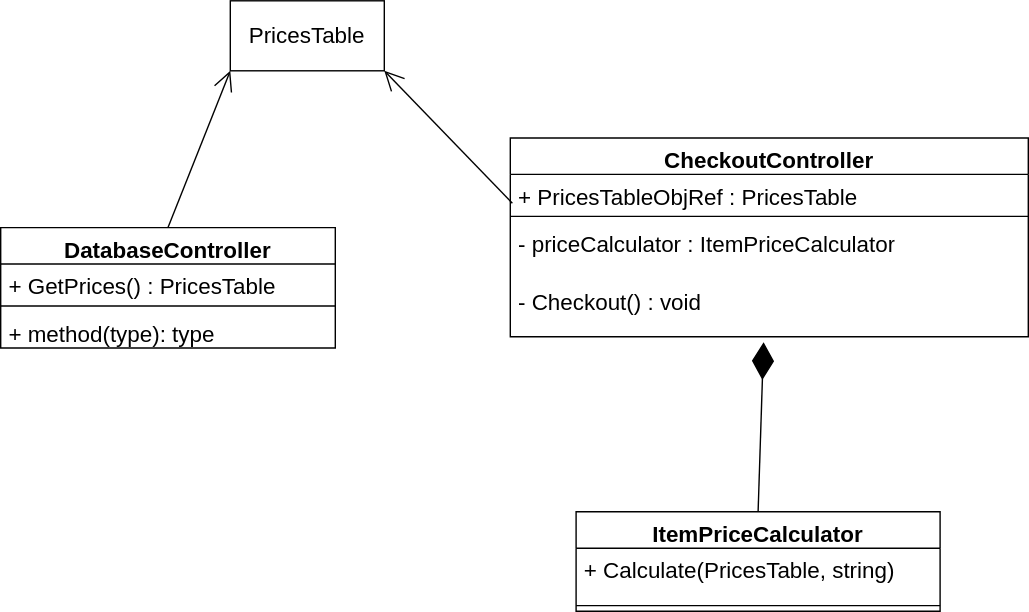
Above: SupermarketCheckout.svg in sameert89/SupermarketCheckoutLib (draw.io), before the change. Source tidied: cells renumbered, new cells last; positions are measured from the earlier drawing's top-left corner, leaving out a move shared by most shapes. The source it was exported from:
```xml
<mxGraphModel>
  <root>
    <mxCell id="0" />
    <mxCell id="1" parent="0" />
    <mxCell id="2" value="CheckoutController" style="swimlane;fontStyle=1;align=center;verticalAlign=top;horizontal=1;startSize=26;whiteSpace=wrap;html=1;fontSize=16;" parent="1" vertex="1">
      <mxGeometry x="364" y="98" width="370" height="142" as="geometry" />
    </mxCell>
    <mxCell id="3" value="+ PricesTableObjRef : PricesTable" style="text;strokeColor=none;fillColor=none;align=left;verticalAlign=top;spacingLeft=4;spacingRight=4;overflow=hidden;points=[[0,0.5],[1,0.5]];portConstraint=eastwest;whiteSpace=wrap;html=1;fontSize=16;" parent="2" vertex="1">
      <mxGeometry y="26" width="370" height="26" as="geometry" />
    </mxCell>
    <mxCell id="4" style="line;strokeWidth=1;fillColor=none;align=left;verticalAlign=middle;spacingTop=-1;spacingLeft=3;spacingRight=3;labelPosition=right;strokeColor=inherit;fontSize=16;" parent="2" vertex="1">
      <mxGeometry y="52" width="370" height="8" as="geometry" />
    </mxCell>
    <mxCell id="5" value="- priceCalculator : ItemPriceCalculator" style="text;strokeColor=none;fillColor=none;align=left;verticalAlign=top;spacingLeft=4;spacingRight=4;overflow=hidden;whiteSpace=wrap;html=1;fontSize=16;" parent="2" vertex="1">
      <mxGeometry y="60" width="370" height="41" as="geometry" />
    </mxCell>
    <mxCell id="6" value="- Checkout() : void" style="text;strokeColor=none;fillColor=none;align=left;verticalAlign=top;spacingLeft=4;spacingRight=4;overflow=hidden;points=[[0,0.5],[1,0.5]];portConstraint=eastwest;whiteSpace=wrap;html=1;fontSize=16;" parent="2" vertex="1">
      <mxGeometry y="101" width="370" height="41" as="geometry" />
    </mxCell>
    <mxCell id="7" value="PricesTable" style="html=1;whiteSpace=wrap;fontSize=16;" parent="1" vertex="1">
      <mxGeometry x="164" width="110" height="50" as="geometry" />
    </mxCell>
    <mxCell id="8" style="endArrow=open;endFill=1;endSize=12;html=1;rounded=0;fontSize=12;curved=1;entryX=1;entryY=1;entryDx=0;entryDy=0;exitX=0.004;exitY=0.792;exitDx=0;exitDy=0;exitPerimeter=0;" parent="1" edge="1" source="3" target="7">
      <mxGeometry relative="1" as="geometry" />
    </mxCell>
    <mxCell id="9" value="ItemPriceCalculator" style="swimlane;fontStyle=1;align=center;verticalAlign=top;horizontal=1;startSize=26;whiteSpace=wrap;html=1;fontSize=16;" parent="1" vertex="1">
      <mxGeometry x="411" y="365" width="260" height="71" as="geometry" />
    </mxCell>
    <mxCell id="10" value="+ Calculate(PricesTable, string)" style="text;strokeColor=none;fillColor=none;align=left;verticalAlign=top;spacingLeft=4;spacingRight=4;overflow=hidden;whiteSpace=wrap;html=1;fontSize=16;" parent="9" vertex="1">
      <mxGeometry y="26" width="260" height="37" as="geometry" />
    </mxCell>
    <mxCell id="11" style="line;strokeWidth=1;fillColor=none;align=left;verticalAlign=middle;spacingTop=-1;spacingLeft=3;spacingRight=3;labelPosition=right;strokeColor=inherit;fontSize=16;" parent="9" vertex="1">
      <mxGeometry y="63" width="260" height="8" as="geometry" />
    </mxCell>
    <mxCell id="12" style="endArrow=diamondThin;endFill=1;endSize=24;html=1;rounded=0;fontSize=12;curved=1;entryX=0.489;entryY=1.093;entryDx=0;entryDy=0;entryPerimeter=0;exitX=0.5;exitY=0;exitDx=0;exitDy=0;" parent="1" edge="1" source="9" target="6">
      <mxGeometry relative="1" as="geometry" />
    </mxCell>
    <mxCell id="13" value="DatabaseController" style="swimlane;fontStyle=1;align=center;verticalAlign=top;horizontal=1;startSize=26;whiteSpace=wrap;html=1;fontSize=16;" parent="1" vertex="1">
      <mxGeometry y="162" width="239" height="86" as="geometry" />
    </mxCell>
    <mxCell id="14" value="+ GetPrices() : PricesTable" style="text;strokeColor=none;fillColor=none;align=left;verticalAlign=top;spacingLeft=4;spacingRight=4;overflow=hidden;whiteSpace=wrap;html=1;fontSize=16;" parent="13" vertex="1">
      <mxGeometry y="26" width="239" height="26" as="geometry" />
    </mxCell>
    <mxCell id="15" style="line;strokeWidth=1;fillColor=none;align=left;verticalAlign=middle;spacingTop=-1;spacingLeft=3;spacingRight=3;labelPosition=right;strokeColor=inherit;fontSize=16;" parent="13" vertex="1">
      <mxGeometry y="52" width="239" height="8" as="geometry" />
    </mxCell>
    <mxCell id="16" value="+ method(type): type" style="text;strokeColor=none;fillColor=none;align=left;verticalAlign=top;spacingLeft=4;spacingRight=4;overflow=hidden;whiteSpace=wrap;html=1;fontSize=16;" parent="13" vertex="1">
      <mxGeometry y="60" width="239" height="26" as="geometry" />
    </mxCell>
    <mxCell id="17" style="endArrow=open;endFill=1;endSize=12;html=1;rounded=0;fontSize=12;curved=1;entryX=0;entryY=1;entryDx=0;entryDy=0;exitX=0.5;exitY=0;exitDx=0;exitDy=0;" parent="1" edge="1" source="13" target="7">
      <mxGeometry relative="1" as="geometry" />
    </mxCell>
  </root>
</mxGraphModel>
```
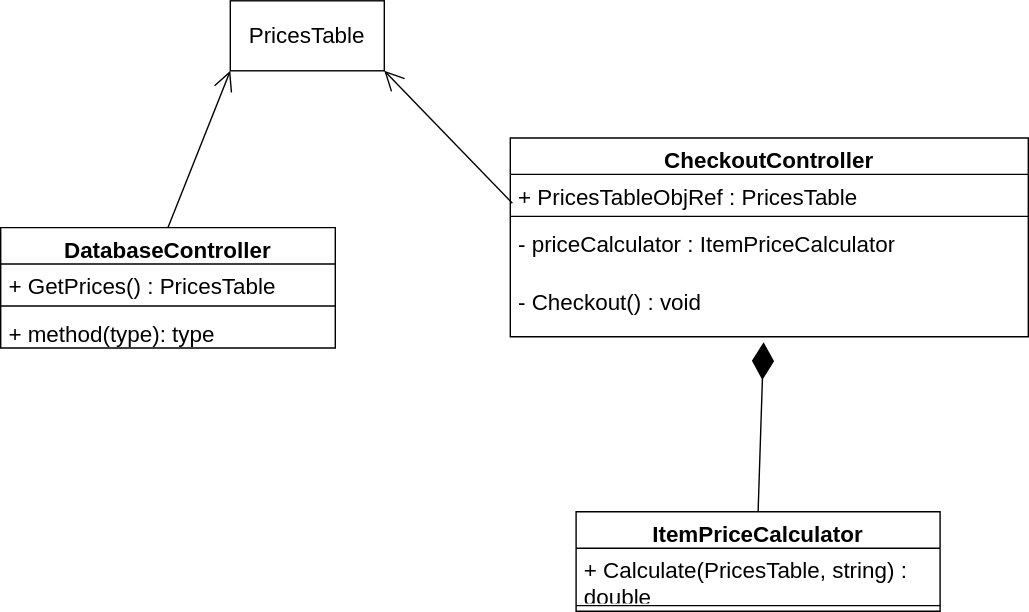
After the commit.

Diff of the diagram source:
```diff
@@ -26,7 +26,7 @@
     <mxCell id="9" value="ItemPriceCalculator" style="swimlane;fontStyle=1;align=center;verticalAlign=top;horizontal=1;startSize=26;whiteSpace=wrap;html=1;fontSize=16;" parent="1" vertex="1">
       <mxGeometry x="411" y="365" width="260" height="71" as="geometry" />
     </mxCell>
-    <mxCell id="10" value="+ Calculate(PricesTable, string)" style="text;strokeColor=none;fillColor=none;align=left;verticalAlign=top;spacingLeft=4;spacingRight=4;overflow=hidden;whiteSpace=wrap;html=1;fontSize=16;" parent="9" vertex="1">
+    <mxCell id="10" value="+ Calculate(PricesTable, string) : double" style="text;strokeColor=none;fillColor=none;align=left;verticalAlign=top;spacingLeft=4;spacingRight=4;overflow=hidden;whiteSpace=wrap;html=1;fontSize=16;" parent="9" vertex="1">
       <mxGeometry y="26" width="260" height="37" as="geometry" />
     </mxCell>
     <mxCell id="11" style="line;strokeWidth=1;fillColor=none;align=left;verticalAlign=middle;spacingTop=-1;spacingLeft=3;spacingRight=3;labelPosition=right;strokeColor=inherit;fontSize=16;" parent="9" vertex="1">
```
